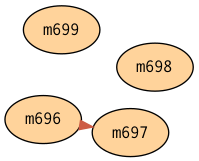
Above: report/matsue/infections.png in spiegel-im-spiegel/covid-2019-report (Graphviz), before the change. Its source is kept beside it as report/matsue/infections.dot.
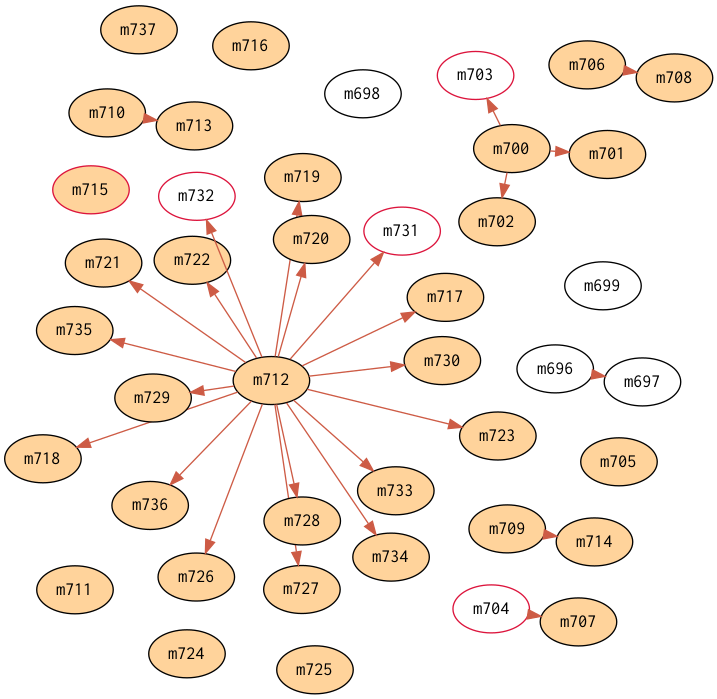
After the change.

What changed in the source:
```diff
@@ -13,9 +13,72 @@
 	edge [
 		color = coral3
 	];
-	m696[fillcolor=burlywood1];
-	m697[fillcolor=burlywood1];
-	m698[fillcolor=burlywood1];
-	m699[fillcolor=burlywood1];
+	m696;
+	m697;
+	m698;
+	m699;
+	m700[fillcolor=burlywood1];
+	m701[fillcolor=burlywood1];
+	m702[fillcolor=burlywood1];
+	m703[color=crimson];
+	m704[color=crimson];
+	m705[fillcolor=burlywood1];
+	m706[fillcolor=burlywood1];
+	m707[fillcolor=burlywood1];
+	m708[fillcolor=burlywood1];
+	m709[fillcolor=burlywood1];
+	m710[fillcolor=burlywood1];
+	m711[fillcolor=burlywood1];
+	m712[fillcolor=burlywood1];
+	m713[fillcolor=burlywood1];
+	m714[fillcolor=burlywood1];
+	m715[color=crimson,fillcolor=burlywood1];
+	m716[fillcolor=burlywood1];
+	m717[fillcolor=burlywood1];
+	m718[fillcolor=burlywood1];
+	m719[fillcolor=burlywood1];
+	m720[fillcolor=burlywood1];
+	m721[fillcolor=burlywood1];
+	m722[fillcolor=burlywood1];
+	m723[fillcolor=burlywood1];
+	m724[fillcolor=burlywood1];
+	m725[fillcolor=burlywood1];
+	m726[fillcolor=burlywood1];
+	m727[fillcolor=burlywood1];
+	m728[fillcolor=burlywood1];
+	m729[fillcolor=burlywood1];
+	m730[fillcolor=burlywood1];
+	m731[color=crimson];
+	m732[color=crimson];
+	m733[fillcolor=burlywood1];
+	m734[fillcolor=burlywood1];
+	m735[fillcolor=burlywood1];
+	m736[fillcolor=burlywood1];
+	m737[fillcolor=burlywood1];
 	m696->m697;
+	m700->m701;
+	m700->m702;
+	m700->m703;
+	m704->m707;
+	m706->m708;
+	m710->m713;
+	m709->m714;
+	m712->m717;
+	m712->m718;
+	m712->m719;
+	m712->m720;
+	m712->m721;
+	m712->m722;
+	m712->m723;
+	m712->m726;
+	m712->m727;
+	m712->m728;
+	m712->m729;
+	m712->m730;
+	m712->m731;
+	m712->m732;
+	m712->m733;
+	m712->m734;
+	m712->m735;
+	m712->m736;
 }
```
